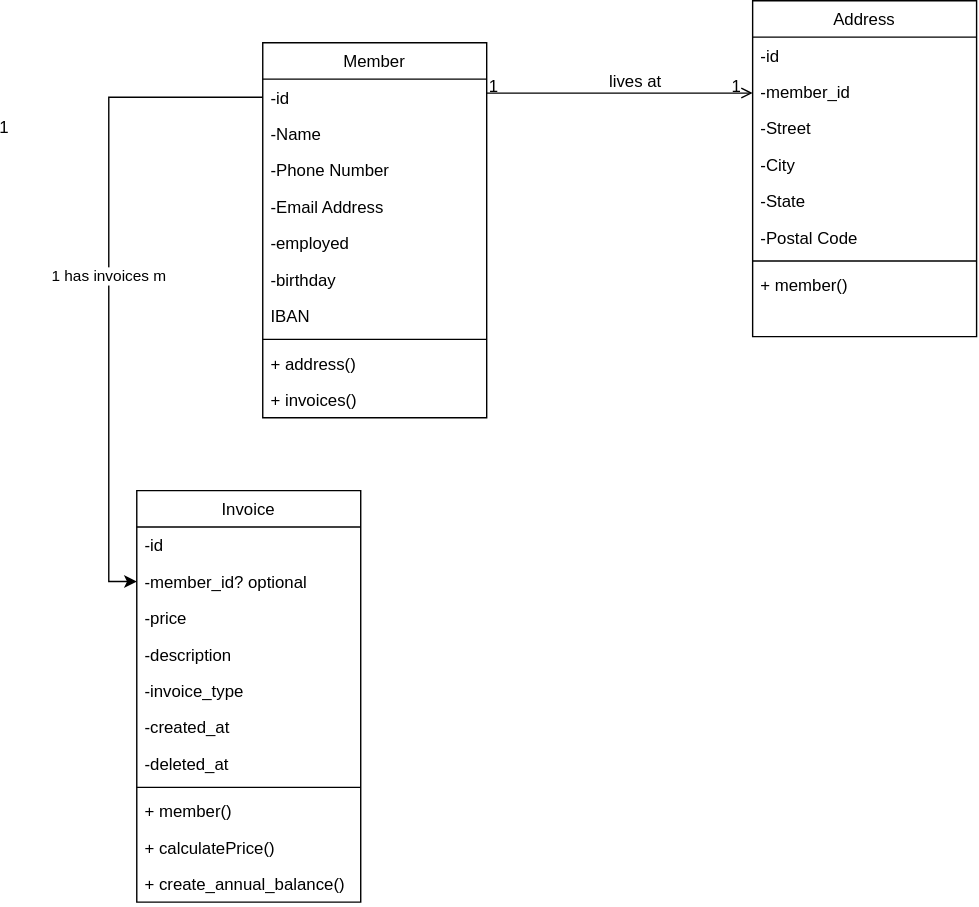
The draw.io diagram planning/Klassendagramm.drawio.svg in Vetrixs/GigaVereinsverwaltung, before a commit. Source tidied: cells renumbered, new cells last; positions are measured from the earlier drawing's top-left corner, leaving out a move shared by most shapes.
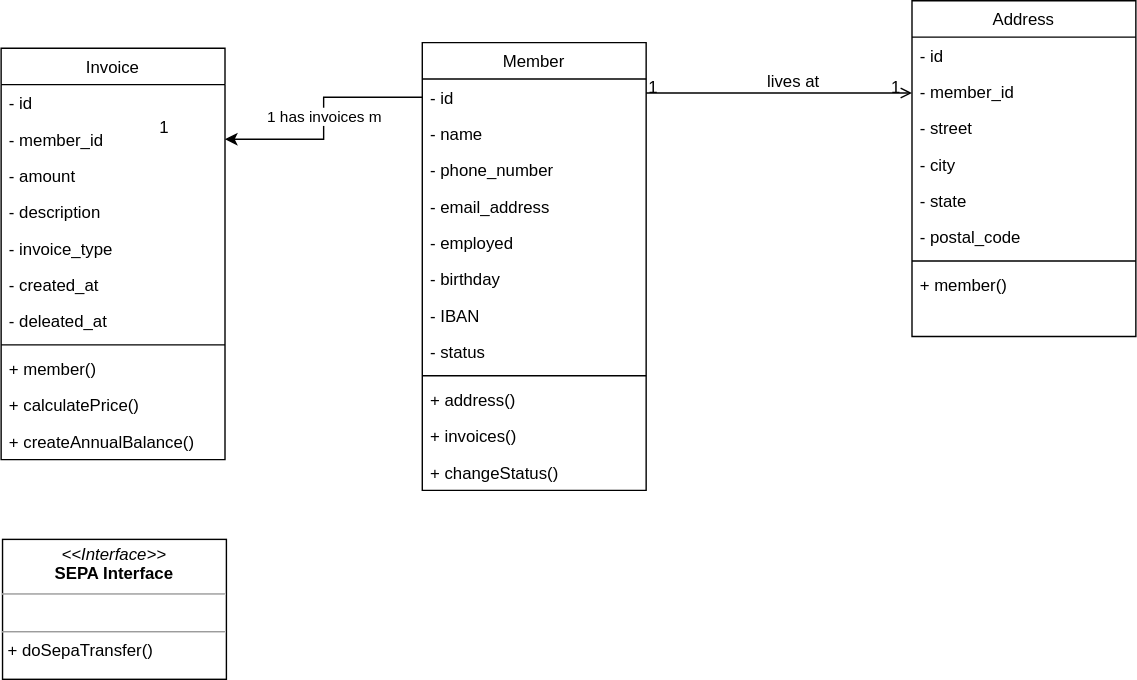
Above is the later version.

Commit message:
added new methods and added the SEPA Interface

What changed in the source:
```diff
@@ -3,27 +3,27 @@
     <mxCell id="0" />
     <mxCell id="1" parent="0" />
     <mxCell id="2" value="Invoice" style="swimlane;fontStyle=0;align=center;verticalAlign=top;horizontal=1;startSize=26;rounded=0;shadow=0;strokeWidth=1;" parent="1" vertex="1">
-      <mxGeometry x="90" y="350" width="160" height="294" as="geometry" />
+      <mxGeometry x="-121" y="34" width="160" height="294" as="geometry" />
     </mxCell>
-    <mxCell id="3" value="-id" style="text;align=left;verticalAlign=top;spacingLeft=4;spacingRight=4;overflow=hidden;" parent="2" vertex="1">
+    <mxCell id="3" value="- id" style="text;align=left;verticalAlign=top;spacingLeft=4;spacingRight=4;overflow=hidden;" parent="2" vertex="1">
       <mxGeometry y="26" width="160" height="26" as="geometry" />
     </mxCell>
-    <mxCell id="4" value="-member_id? optional" style="text;align=left;verticalAlign=top;spacingLeft=4;spacingRight=4;overflow=hidden;points=[[0,0.5],[1,0.5]];portConstraint=eastwest;" parent="2" vertex="1">
+    <mxCell id="4" value="- member_id" style="text;align=left;verticalAlign=top;spacingLeft=4;spacingRight=4;overflow=hidden;points=[[0,0.5],[1,0.5]];portConstraint=eastwest;" parent="2" vertex="1">
       <mxGeometry y="52" width="160" height="26" as="geometry" />
     </mxCell>
-    <mxCell id="5" value="-price" style="text;align=left;verticalAlign=top;spacingLeft=4;spacingRight=4;overflow=hidden;rounded=0;shadow=0;html=0;" parent="2" vertex="1">
+    <mxCell id="5" value="- amount" style="text;align=left;verticalAlign=top;spacingLeft=4;spacingRight=4;overflow=hidden;rounded=0;shadow=0;html=0;" parent="2" vertex="1">
       <mxGeometry y="78" width="160" height="26" as="geometry" />
     </mxCell>
-    <mxCell id="6" value="-description" style="text;align=left;verticalAlign=top;spacingLeft=4;spacingRight=4;overflow=hidden;rounded=0;shadow=0;html=0;" parent="2" vertex="1">
+    <mxCell id="6" value="- description" style="text;align=left;verticalAlign=top;spacingLeft=4;spacingRight=4;overflow=hidden;rounded=0;shadow=0;html=0;" parent="2" vertex="1">
       <mxGeometry y="104" width="160" height="26" as="geometry" />
     </mxCell>
-    <mxCell id="7" value="-invoice_type" style="text;align=left;verticalAlign=top;spacingLeft=4;spacingRight=4;overflow=hidden;rounded=0;shadow=0;html=0;" parent="2" vertex="1">
+    <mxCell id="7" value="- invoice_type" style="text;align=left;verticalAlign=top;spacingLeft=4;spacingRight=4;overflow=hidden;rounded=0;shadow=0;html=0;" parent="2" vertex="1">
       <mxGeometry y="130" width="160" height="26" as="geometry" />
     </mxCell>
-    <mxCell id="8" value="-created_at" style="text;align=left;verticalAlign=top;spacingLeft=4;spacingRight=4;overflow=hidden;rounded=0;shadow=0;html=0;" parent="2" vertex="1">
+    <mxCell id="8" value="- created_at" style="text;align=left;verticalAlign=top;spacingLeft=4;spacingRight=4;overflow=hidden;rounded=0;shadow=0;html=0;" parent="2" vertex="1">
       <mxGeometry y="156" width="160" height="26" as="geometry" />
     </mxCell>
-    <mxCell id="9" value="-deleted_at" style="text;align=left;verticalAlign=top;spacingLeft=4;spacingRight=4;overflow=hidden;rounded=0;shadow=0;html=0;" parent="2" vertex="1">
+    <mxCell id="9" value="- deleated_at" style="text;align=left;verticalAlign=top;spacingLeft=4;spacingRight=4;overflow=hidden;rounded=0;shadow=0;html=0;" parent="2" vertex="1">
       <mxGeometry y="182" width="160" height="26" as="geometry" />
     </mxCell>
     <mxCell id="10" style="line;html=1;strokeWidth=1;align=left;verticalAlign=middle;spacingTop=-1;spacingLeft=3;spacingRight=3;labelPosition=right;" parent="2" vertex="1">
@@ -35,28 +35,28 @@
     <mxCell id="12" value="+ calculatePrice()" style="text;align=left;verticalAlign=top;spacingLeft=4;spacingRight=4;overflow=hidden;" parent="2" vertex="1">
       <mxGeometry y="242" width="160" height="26" as="geometry" />
     </mxCell>
-    <mxCell id="13" value="+ create_annual_balance()" style="text;align=left;verticalAlign=top;spacingLeft=4;spacingRight=4;overflow=hidden;" parent="2" vertex="1">
+    <mxCell id="13" value="+ createAnnualBalance()" style="text;align=left;verticalAlign=top;spacingLeft=4;spacingRight=4;overflow=hidden;" parent="2" vertex="1">
       <mxGeometry y="268" width="160" height="26" as="geometry" />
     </mxCell>
     <mxCell id="14" value="Address" style="swimlane;fontStyle=0;align=center;verticalAlign=top;horizontal=1;startSize=26;rounded=0;shadow=0;strokeWidth=1;" parent="1" vertex="1">
       <mxGeometry x="530" width="160" height="240" as="geometry" />
     </mxCell>
-    <mxCell id="15" value="-id" style="text;align=left;verticalAlign=top;spacingLeft=4;spacingRight=4;overflow=hidden;" parent="14" vertex="1">
+    <mxCell id="15" value="- id" style="text;align=left;verticalAlign=top;spacingLeft=4;spacingRight=4;overflow=hidden;" parent="14" vertex="1">
       <mxGeometry y="26" width="160" height="26" as="geometry" />
     </mxCell>
-    <mxCell id="16" value="-member_id" style="text;align=left;verticalAlign=top;spacingLeft=4;spacingRight=4;overflow=hidden;" parent="14" vertex="1">
+    <mxCell id="16" value="- member_id" style="text;align=left;verticalAlign=top;spacingLeft=4;spacingRight=4;overflow=hidden;" parent="14" vertex="1">
       <mxGeometry y="52" width="160" height="26" as="geometry" />
     </mxCell>
-    <mxCell id="17" value="-Street" style="text;align=left;verticalAlign=top;spacingLeft=4;spacingRight=4;overflow=hidden;" parent="14" vertex="1">
+    <mxCell id="17" value="- street" style="text;align=left;verticalAlign=top;spacingLeft=4;spacingRight=4;overflow=hidden;" parent="14" vertex="1">
       <mxGeometry y="78" width="160" height="26" as="geometry" />
     </mxCell>
-    <mxCell id="18" value="-City" style="text;align=left;verticalAlign=top;spacingLeft=4;spacingRight=4;overflow=hidden;rounded=0;shadow=0;html=0;" parent="14" vertex="1">
+    <mxCell id="18" value="- city" style="text;align=left;verticalAlign=top;spacingLeft=4;spacingRight=4;overflow=hidden;rounded=0;shadow=0;html=0;" parent="14" vertex="1">
       <mxGeometry y="104" width="160" height="26" as="geometry" />
     </mxCell>
-    <mxCell id="19" value="-State" style="text;align=left;verticalAlign=top;spacingLeft=4;spacingRight=4;overflow=hidden;rounded=0;shadow=0;html=0;" parent="14" vertex="1">
+    <mxCell id="19" value="- state" style="text;align=left;verticalAlign=top;spacingLeft=4;spacingRight=4;overflow=hidden;rounded=0;shadow=0;html=0;" parent="14" vertex="1">
       <mxGeometry y="130" width="160" height="26" as="geometry" />
     </mxCell>
-    <mxCell id="20" value="-Postal Code" style="text;align=left;verticalAlign=top;spacingLeft=4;spacingRight=4;overflow=hidden;rounded=0;shadow=0;html=0;" parent="14" vertex="1">
+    <mxCell id="20" value="- postal_code" style="text;align=left;verticalAlign=top;spacingLeft=4;spacingRight=4;overflow=hidden;rounded=0;shadow=0;html=0;" parent="14" vertex="1">
       <mxGeometry y="156" width="160" height="26" as="geometry" />
     </mxCell>
     <mxCell id="21" style="line;html=1;strokeWidth=1;align=left;verticalAlign=middle;spacingTop=-1;spacingLeft=3;spacingRight=3;labelPosition=right;" parent="14" vertex="1">
@@ -92,43 +92,52 @@
       </mxGeometry>
     </mxCell>
     <mxCell id="27" value="Member" style="swimlane;fontStyle=0;align=center;verticalAlign=top;horizontal=1;startSize=26;rounded=0;shadow=0;strokeWidth=1;" parent="1" vertex="1">
-      <mxGeometry x="180" y="30" width="160" height="268" as="geometry" />
+      <mxGeometry x="180" y="30" width="160" height="320" as="geometry" />
     </mxCell>
-    <mxCell id="28" value="-id" style="text;align=left;verticalAlign=top;spacingLeft=4;spacingRight=4;overflow=hidden;points=[[0,0.5],[1,0.5]];portConstraint=eastwest;" parent="27" vertex="1">
+    <mxCell id="28" value="- id" style="text;align=left;verticalAlign=top;spacingLeft=4;spacingRight=4;overflow=hidden;points=[[0,0.5],[1,0.5]];portConstraint=eastwest;" parent="27" vertex="1">
       <mxGeometry y="26" width="160" height="26" as="geometry" />
     </mxCell>
-    <mxCell id="29" value="-Name" style="text;align=left;verticalAlign=top;spacingLeft=4;spacingRight=4;overflow=hidden;" parent="27" vertex="1">
+    <mxCell id="29" value="- name" style="text;align=left;verticalAlign=top;spacingLeft=4;spacingRight=4;overflow=hidden;" parent="27" vertex="1">
       <mxGeometry y="52" width="160" height="26" as="geometry" />
     </mxCell>
-    <mxCell id="30" value="-Phone Number" style="text;align=left;verticalAlign=top;spacingLeft=4;spacingRight=4;overflow=hidden;rounded=0;shadow=0;html=0;" parent="27" vertex="1">
+    <mxCell id="30" value="- phone_number" style="text;align=left;verticalAlign=top;spacingLeft=4;spacingRight=4;overflow=hidden;rounded=0;shadow=0;html=0;" parent="27" vertex="1">
       <mxGeometry y="78" width="160" height="26" as="geometry" />
     </mxCell>
-    <mxCell id="31" value="-Email Address" style="text;align=left;verticalAlign=top;spacingLeft=4;spacingRight=4;overflow=hidden;rounded=0;shadow=0;html=0;" parent="27" vertex="1">
+    <mxCell id="31" value="- email_address" style="text;align=left;verticalAlign=top;spacingLeft=4;spacingRight=4;overflow=hidden;rounded=0;shadow=0;html=0;" parent="27" vertex="1">
       <mxGeometry y="104" width="160" height="26" as="geometry" />
     </mxCell>
-    <mxCell id="32" value="-employed&#10;" style="text;align=left;verticalAlign=top;spacingLeft=4;spacingRight=4;overflow=hidden;rounded=0;shadow=0;html=0;" parent="27" vertex="1">
+    <mxCell id="32" value="- employed&#10;" style="text;align=left;verticalAlign=top;spacingLeft=4;spacingRight=4;overflow=hidden;rounded=0;shadow=0;html=0;" parent="27" vertex="1">
       <mxGeometry y="130" width="160" height="26" as="geometry" />
     </mxCell>
-    <mxCell id="33" value="-birthday" style="text;align=left;verticalAlign=top;spacingLeft=4;spacingRight=4;overflow=hidden;rounded=0;shadow=0;html=0;" parent="27" vertex="1">
+    <mxCell id="33" value="- birthday" style="text;align=left;verticalAlign=top;spacingLeft=4;spacingRight=4;overflow=hidden;rounded=0;shadow=0;html=0;" parent="27" vertex="1">
       <mxGeometry y="156" width="160" height="26" as="geometry" />
     </mxCell>
-    <mxCell id="34" value="IBAN" style="text;align=left;verticalAlign=top;spacingLeft=4;spacingRight=4;overflow=hidden;rounded=0;shadow=0;html=0;" parent="27" vertex="1">
+    <mxCell id="34" value="- IBAN" style="text;align=left;verticalAlign=top;spacingLeft=4;spacingRight=4;overflow=hidden;rounded=0;shadow=0;html=0;" parent="27" vertex="1">
       <mxGeometry y="182" width="160" height="26" as="geometry" />
     </mxCell>
+    <mxCell id="40" value="- status" style="text;align=left;verticalAlign=top;spacingLeft=4;spacingRight=4;overflow=hidden;rounded=0;shadow=0;html=0;" parent="27" vertex="1">
+      <mxGeometry y="208" width="160" height="26" as="geometry" />
+    </mxCell>
     <mxCell id="35" style="line;html=1;strokeWidth=1;align=left;verticalAlign=middle;spacingTop=-1;spacingLeft=3;spacingRight=3;labelPosition=right;" parent="27" vertex="1">
-      <mxGeometry y="208" width="160" height="8" as="geometry" />
+      <mxGeometry y="234" width="160" height="8" as="geometry" />
     </mxCell>
     <mxCell id="36" value="+ address()" style="text;align=left;verticalAlign=top;spacingLeft=4;spacingRight=4;overflow=hidden;rounded=0;shadow=0;html=0;" parent="27" vertex="1">
-      <mxGeometry y="216" width="160" height="26" as="geometry" />
+      <mxGeometry y="242" width="160" height="26" as="geometry" />
     </mxCell>
     <mxCell id="37" value="+ invoices()" style="text;align=left;verticalAlign=top;spacingLeft=4;spacingRight=4;overflow=hidden;rounded=0;shadow=0;html=0;" parent="27" vertex="1">
-      <mxGeometry y="242" width="160" height="26" as="geometry" />
+      <mxGeometry y="268" width="160" height="26" as="geometry" />
     </mxCell>
+    <mxCell id="41" value="+ changeStatus()" style="text;align=left;verticalAlign=top;spacingLeft=4;spacingRight=4;overflow=hidden;rounded=0;shadow=0;html=0;" parent="27" vertex="1">
+      <mxGeometry y="294" width="160" height="26" as="geometry" />
+    </mxCell>
     <mxCell id="38" value="1" style="align=right;verticalAlign=bottom;labelBackgroundColor=none;fontSize=12;" parent="1" vertex="1">
       <mxGeometry y="99" as="geometry" />
     </mxCell>
-    <mxCell id="39" value="1 has invoices m" style="edgeStyle=orthogonalEdgeStyle;rounded=0;jettySize=auto;html=1;entryX=0;entryY=0.5;entryDx=0;entryDy=0;" parent="1" edge="1" source="28" target="4">
+    <mxCell id="39" value="1 has invoices m" style="edgeStyle=orthogonalEdgeStyle;rounded=0;jettySize=auto;html=1;entryX=1;entryY=0.5;entryDx=0;entryDy=0;" parent="1" edge="1" source="28" target="4">
       <mxGeometry relative="1" as="geometry" />
     </mxCell>
+    <mxCell id="42" value="&lt;p style=&quot;margin:0px;margin-top:4px;text-align:center;&quot;&gt;&lt;i&gt;&amp;lt;&amp;lt;Interface&amp;gt;&amp;gt;&lt;/i&gt;&lt;br&gt;&lt;b&gt;SEPA Interface&lt;/b&gt;&lt;/p&gt;&lt;hr size=&quot;1&quot;&gt;&lt;p style=&quot;margin:0px;margin-left:4px;&quot;&gt;&lt;br&gt;&lt;/p&gt;&lt;hr size=&quot;1&quot;&gt;&lt;p style=&quot;margin:0px;margin-left:4px;&quot;&gt;+ doSepaTransfer()&lt;br&gt;&lt;/p&gt;" style="verticalAlign=top;align=left;overflow=fill;fontSize=12;fontFamily=Helvetica;html=1;" parent="1" vertex="1">
+      <mxGeometry x="-120" y="385" width="160" height="100" as="geometry" />
+    </mxCell>
   </root>
 </mxGraphModel>
```
